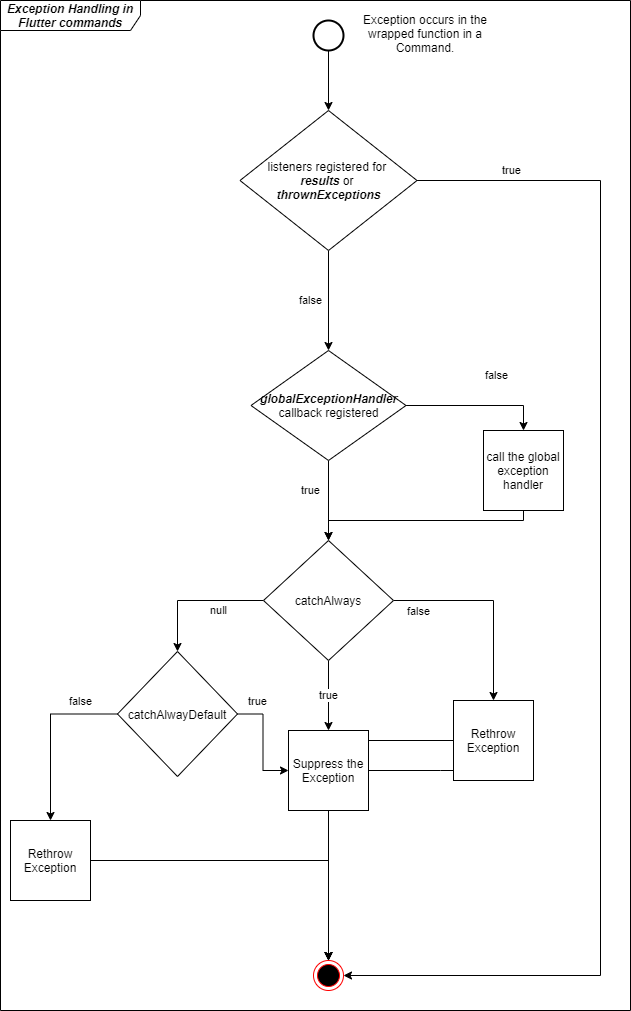
escamoteur/flutter_command keeps this draw.io diagram as misc/exception_handling.png. Above is the earlier version. Source tidied: cells renumbered, new cells last; positions are measured from the earlier drawing's top-left corner, leaving out a move shared by most shapes.
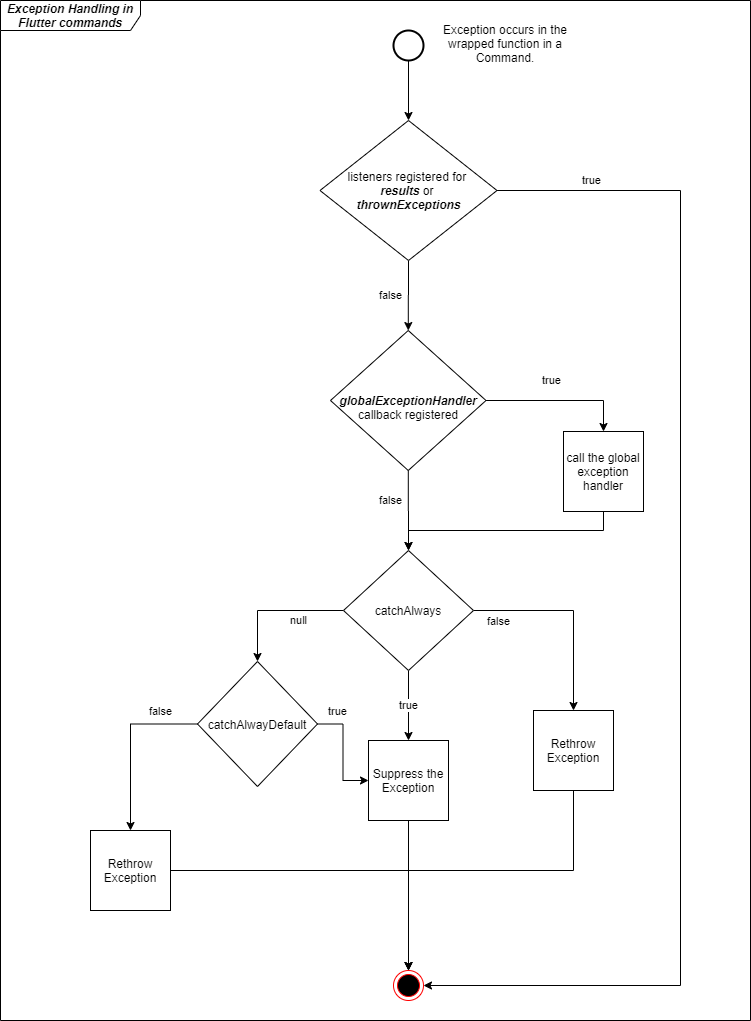
The same diagram one commit later.

Commit message:
Fix the error handling diagram

Diff of the diagram source:
```diff
@@ -3,7 +3,7 @@
     <mxCell id="0" />
     <mxCell id="1" parent="0" />
     <mxCell id="2" value="&lt;b&gt;&lt;i&gt;Exception Handling in Flutter commands&lt;/i&gt;&lt;/b&gt;" style="shape=umlFrame;whiteSpace=wrap;html=1;width=140;height=30;" parent="1" vertex="1">
-      <mxGeometry width="630" height="1010" as="geometry" />
+      <mxGeometry x="-80" y="-10" width="750" height="1020" as="geometry" />
     </mxCell>
     <mxCell id="3" style="strokeWidth=2;html=1;shape=mxgraph.flowchart.start_2;whiteSpace=wrap;" parent="1" vertex="1">
       <mxGeometry x="313" y="20" width="30" height="30" as="geometry" />
@@ -53,17 +53,18 @@
     <mxCell id="16" value="Rethrow Exception" style="whiteSpace=wrap;html=1;" parent="1" vertex="1">
       <mxGeometry x="10" y="820" width="80" height="80" as="geometry" />
     </mxCell>
-    <mxCell id="17" value="false" style="edgeStyle=orthogonalEdgeStyle;rounded=0;jumpStyle=none;jettySize=auto;html=1;" parent="1" edge="1" target="22">
-      <mxGeometry x="0.26" y="30" relative="1" as="geometry">
-        <mxPoint x="405.5" y="405" as="sourcePoint" />
-        <mxPoint x="1" as="offset" />
+    <mxCell id="17" value="true" style="edgeStyle=orthogonalEdgeStyle;rounded=0;jumpStyle=none;jettySize=auto;html=1;exitX=1;exitY=0.5;exitDx=0;exitDy=0;" parent="1" edge="1" source="19" target="22">
+      <mxGeometry x="-0.13" y="20" relative="1" as="geometry">
+        <Array as="points">
+          <mxPoint x="523" y="390" />
+        </Array>
       </mxGeometry>
     </mxCell>
-    <mxCell id="18" value="true" style="edgeStyle=orthogonalEdgeStyle;rounded=0;jumpStyle=none;jettySize=auto;html=1;" parent="1" edge="1" source="19" target="9">
+    <mxCell id="18" value="false" style="edgeStyle=orthogonalEdgeStyle;rounded=0;jumpStyle=none;jettySize=auto;html=1;" parent="1" edge="1" source="19" target="9">
       <mxGeometry x="-0.25" y="-18" relative="1" as="geometry" />
     </mxCell>
-    <mxCell id="19" value="&lt;b&gt;&lt;i&gt;globalExceptionHandler &lt;/i&gt;&lt;/b&gt;callback registered" style="rhombus;whiteSpace=wrap;html=1;" parent="1" vertex="1">
-      <mxGeometry x="250.5" y="350" width="155" height="110" as="geometry" />
+    <mxCell id="19" value="&lt;b&gt;&lt;i&gt;&lt;br&gt;globalExceptionHandler &lt;/i&gt;&lt;/b&gt;callback registered" style="rhombus;whiteSpace=wrap;html=1;" parent="1" vertex="1">
+      <mxGeometry x="250" y="320" width="155.5" height="140" as="geometry" />
     </mxCell>
     <mxCell id="20" style="edgeStyle=orthogonalEdgeStyle;rounded=0;jettySize=auto;html=1;entryX=0.5;entryY=0;entryDx=0;entryDy=0;" parent="1" edge="1" source="3" target="31">
       <mxGeometry relative="1" as="geometry" />
@@ -77,19 +78,16 @@
       </mxGeometry>
     </mxCell>
     <mxCell id="22" value="call the global exception handler" style="whiteSpace=wrap;html=1;" parent="1" vertex="1">
-      <mxGeometry x="483" y="430" width="80" height="80" as="geometry" />
+      <mxGeometry x="483" y="421" width="80" height="80" as="geometry" />
     </mxCell>
     <mxCell id="23" style="edgeStyle=orthogonalEdgeStyle;rounded=0;jumpStyle=none;jettySize=auto;html=1;entryX=0.5;entryY=0;entryDx=0;entryDy=0;" parent="1" edge="1" source="25" target="28">
-      <mxGeometry relative="1" as="geometry" />
+      <mxGeometry relative="1" as="geometry">
+        <Array as="points">
+          <mxPoint x="493" y="860" />
+          <mxPoint x="328" y="860" />
+        </Array>
+      </mxGeometry>
     </mxCell>
-    <mxCell id="24" style="edgeStyle=orthogonalEdgeStyle;rounded=0;jumpStyle=none;jettySize=auto;html=1;entryX=0.5;entryY=0;entryDx=0;entryDy=0;" parent="1" edge="1" source="25" target="28">
-      <mxGeometry relative="1" as="geometry">
-        <Array as="points">
-          <mxPoint x="440" y="770" />
-          <mxPoint x="275" y="770" />
-        </Array>
-      </mxGeometry>
-    </mxCell>
     <mxCell id="25" value="Rethrow Exception" style="whiteSpace=wrap;html=1;" parent="1" vertex="1">
       <mxGeometry x="453" y="700" width="80" height="80" as="geometry" />
     </mxCell>
```
